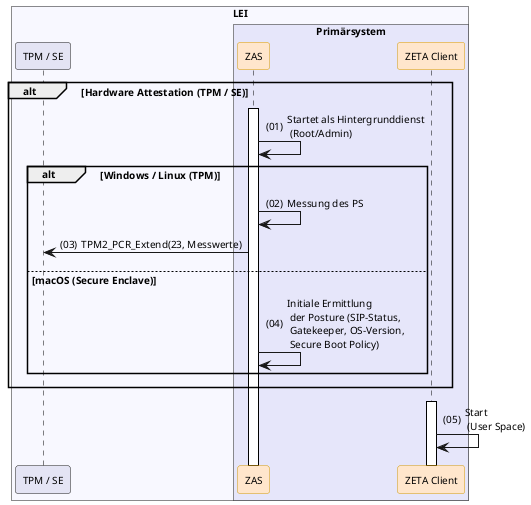
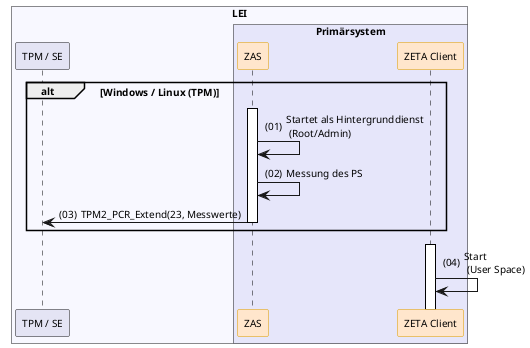
@startuml "client-start"
autonumber "(00)"
skinparam defaultFontSize 10
skinparam defaultFontName Helvetica
skinparam DefaultMonospacedFontName Courier
skinparam lengthAdjust none
skinparam sequenceReferenceBackgroundColor White
skinparam SequenceReferenceFontSize 12
skinparam sequenceMessageAlign left
hide stereotype

' Box colors
!define ZETA_GUARD_COLOR #FFF3E5
!define LEI_COLOR #GhostWhite
!define LEI_COMPONENT_COLOR #E4E4F4
!define PRIMAERSYSTEM_COLOR #Lavender
!define PROVIDER_COLOR #EDFDEC

' Participant colors
<style>
sequenceDiagram {
  participant {
    .zeta {
      BackgroundColor #FFE6CC
      LineColor #D79B00
    }
    .provider {
      BackgroundColor #D5E8D4
      LineColor #82B366
    }
  }
  lifeline {
    BackgroundColor White
    LineColor Black
  }
}
</style>

' title Client Start & Initialisierung

!pragma teoz true

box "LEI" LEI_COLOR
  participant "TPM / SE" as TPM LEI_COMPONENT_COLOR
  box "Primärsystem" PRIMAERSYSTEM_COLOR
    participant ZAS as "ZAS" <<zeta>>
    participant Client as "ZETA Client" <<zeta>>
  end box
end box

- alt Hardware Attestation (TPM / SE)
+ alt Windows / Linux (TPM)
    ZAS++
    ZAS -> ZAS: Startet als Hintergrunddienst\n (Root/Admin)

-     alt Windows / Linux (TPM)
-         ZAS -> ZAS: Messung des PS
-         ZAS -> TPM: TPM2_PCR_Extend(23, Messwerte)
-     else macOS (Secure Enclave)
-         ZAS -> ZAS: Initiale Ermittlung\n der Posture (SIP-Status,\n Gatekeeper, OS-Version,\n Secure Boot Policy)
-     end
+     ZAS -> ZAS: Messung des PS
+     ZAS -> TPM--: TPM2_PCR_Extend(23, Messwerte)
end
+ 
Client++
Client -> Client: Start \n (User Space)

@enduml